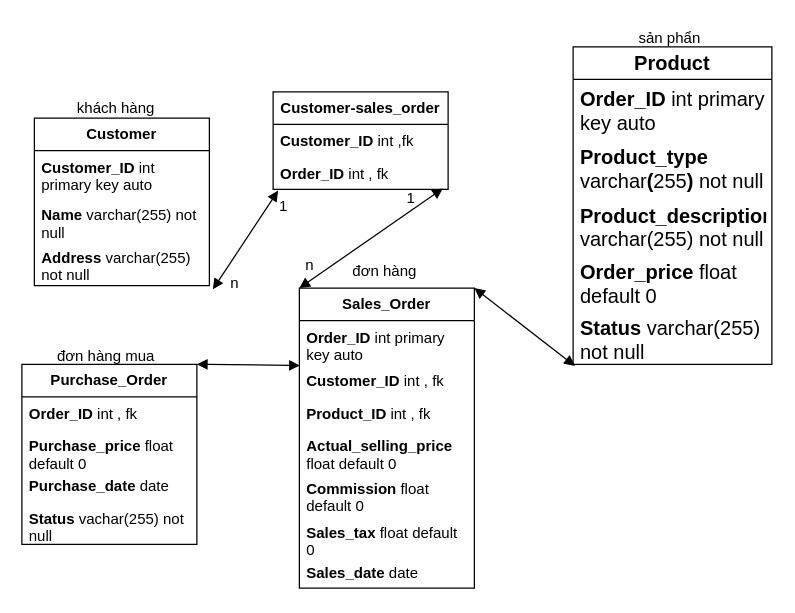
The draw.io diagram bài 5.drawio in basonzzzz1/hello_world, before the edit. Source tidied: cells renumbered, new cells numbered last; positions are measured from the earlier drawing's top-left corner, leaving out a move shared by most shapes. Both pictures are drawn from the tidied source at 125%, with x=0, y=0 at pixel (21, 21).
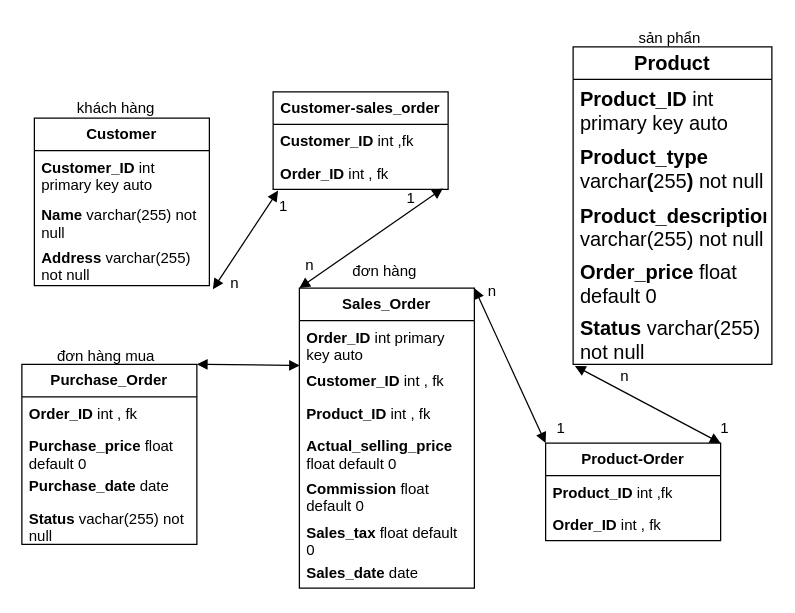
After the change.

Commit message (it also covers changes not shown here):
Cập nhật bài 5.drawio

The change refers to these unchanged cells:
```xml
<mxCell id="2" value="&lt;b&gt;Product&lt;/b&gt;" style="swimlane;fontStyle=0;horizontal=1;startSize=26;fillColor=none;whiteSpace=wrap;html=1;fontSize=16;" parent="1" vertex="1">
  <mxGeometry x="441" y="20" width="159" height="254" as="geometry" />
</mxCell>
<mxCell id="7" value="&lt;b&gt;Status &lt;/b&gt;varchar(255) not null" style="text;strokeColor=none;fillColor=none;align=left;verticalAlign=top;spacingLeft=4;spacingRight=4;overflow=hidden;points=[[0,0.5],[1,0.5]];portConstraint=eastwest;whiteSpace=wrap;html=1;fontSize=16;" parent="2" vertex="1">
  <mxGeometry y="209" width="159" height="45" as="geometry" />
</mxCell>
<mxCell id="12" value="&lt;b&gt;Sales_Order&lt;/b&gt;" style="swimlane;fontStyle=0;horizontal=1;startSize=26;fillColor=none;whiteSpace=wrap;html=1;" parent="1" vertex="1">
  <mxGeometry x="222" y="213" width="140" height="240" as="geometry" />
</mxCell>
```

The edit, as a diff of the source:
```diff
@@
-    <mxCell id="3" value="&lt;b&gt;Order_ID&amp;nbsp;&lt;/b&gt;int primary key auto" style="text;strokeColor=none;fillColor=none;align=left;verticalAlign=top;spacingLeft=4;spacingRight=4;overflow=hidden;whiteSpace=wrap;html=1;fontSize=16;" parent="2" vertex="1">
+    <mxCell id="3" value="&lt;b&gt;Product_ID&amp;nbsp;&lt;/b&gt;int primary key auto" style="text;strokeColor=none;fillColor=none;align=left;verticalAlign=top;spacingLeft=4;spacingRight=4;overflow=hidden;whiteSpace=wrap;html=1;fontSize=16;" parent="2" vertex="1">
       <mxGeometry y="26" width="159" height="46" as="geometry" />
     </mxCell>
@@
-    <mxCell id="22" style="endArrow=block;startArrow=block;endFill=1;startFill=1;html=1;rounded=0;entryX=0.009;entryY=1.027;entryDx=0;entryDy=0;entryPerimeter=0;exitX=1;exitY=0;exitDx=0;exitDy=0;" parent="1" edge="1" source="12" target="7">
+    <mxCell id="22" style="endArrow=block;startArrow=block;endFill=1;startFill=1;html=1;rounded=0;entryX=0.009;entryY=1.027;entryDx=0;entryDy=0;entryPerimeter=0;exitX=1;exitY=0;exitDx=0;exitDy=0;" parent="1" edge="1" source="40" target="7">
       <mxGeometry relative="1" as="geometry" />
     </mxCell>
@@
+    <mxCell id="40" value="&lt;b&gt;Product-Order&lt;/b&gt;" style="swimlane;fontStyle=0;horizontal=1;startSize=26;fillColor=none;whiteSpace=wrap;html=1;" parent="1" vertex="1">
+      <mxGeometry x="419" y="337" width="140" height="78" as="geometry" />
+    </mxCell>
+    <mxCell id="41" value="&lt;b&gt;Product_ID &lt;/b&gt;int ,fk" style="text;strokeColor=none;fillColor=none;align=left;verticalAlign=top;spacingLeft=4;spacingRight=4;overflow=hidden;whiteSpace=wrap;html=1;" parent="40" vertex="1">
+      <mxGeometry y="26" width="140" height="26" as="geometry" />
+    </mxCell>
+    <mxCell id="42" value="&lt;b&gt;Order_ID &lt;/b&gt;int , fk" style="text;strokeColor=none;fillColor=none;align=left;verticalAlign=top;spacingLeft=4;spacingRight=4;overflow=hidden;whiteSpace=wrap;html=1;" parent="40" vertex="1">
+      <mxGeometry y="52" width="140" height="26" as="geometry" />
+    </mxCell>
+    <mxCell id="43" style="endArrow=block;startArrow=block;endFill=1;startFill=1;html=1;rounded=0;entryX=0;entryY=0;entryDx=0;entryDy=0;exitX=1;exitY=0;exitDx=0;exitDy=0;" parent="1" edge="1" source="12" target="40">
+      <mxGeometry relative="1" as="geometry" />
+    </mxCell>
+    <mxCell id="44" value="n" style="text;html=1;align=center;verticalAlign=middle;strokeColor=none;fillColor=none;" parent="1" vertex="1">
+      <mxGeometry x="469" y="271" width="25" height="26" as="geometry" />
+    </mxCell>
+    <mxCell id="45" value="1" style="text;html=1;align=center;verticalAlign=middle;strokeColor=none;fillColor=none;" parent="1" vertex="1">
+      <mxGeometry x="549" y="312" width="25" height="26" as="geometry" />
+    </mxCell>
+    <mxCell id="46" value="n" style="text;html=1;align=center;verticalAlign=middle;strokeColor=none;fillColor=none;" parent="1" vertex="1">
+      <mxGeometry x="363" y="203" width="25" height="26" as="geometry" />
+    </mxCell>
+    <mxCell id="47" value="1" style="text;html=1;align=center;verticalAlign=middle;strokeColor=none;fillColor=none;" parent="1" vertex="1">
+      <mxGeometry x="418" y="312" width="25" height="26" as="geometry" />
+    </mxCell>
```
